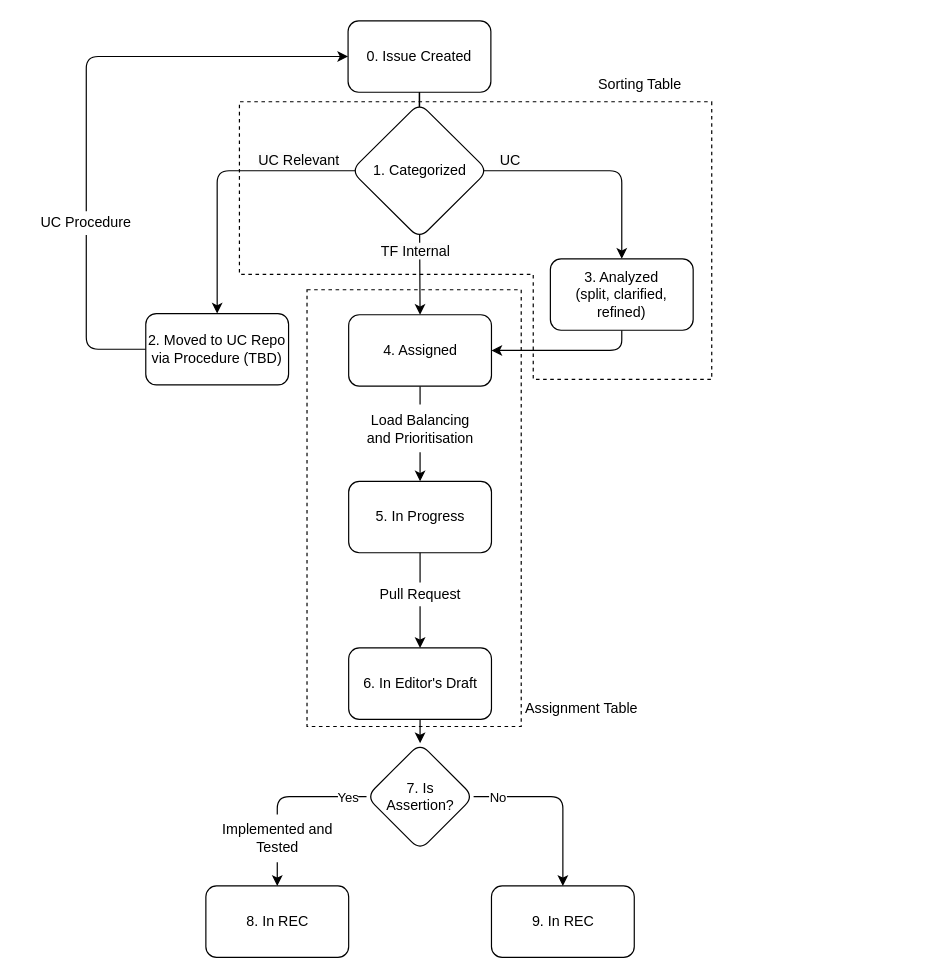
Before: page "Lifecycle" (2 of 2) of proposals/project-management/kanbanidea.drawio in w3c/wot-thing-description, a draw.io diagram. Source tidied: cells renumbered, new cells numbered last; positions are measured from the earlier drawing's top-left corner, leaving out a move shared by most shapes. Both pictures are drawn from the tidied source at 119%, with x=0, y=0 at pixel (20, 4).
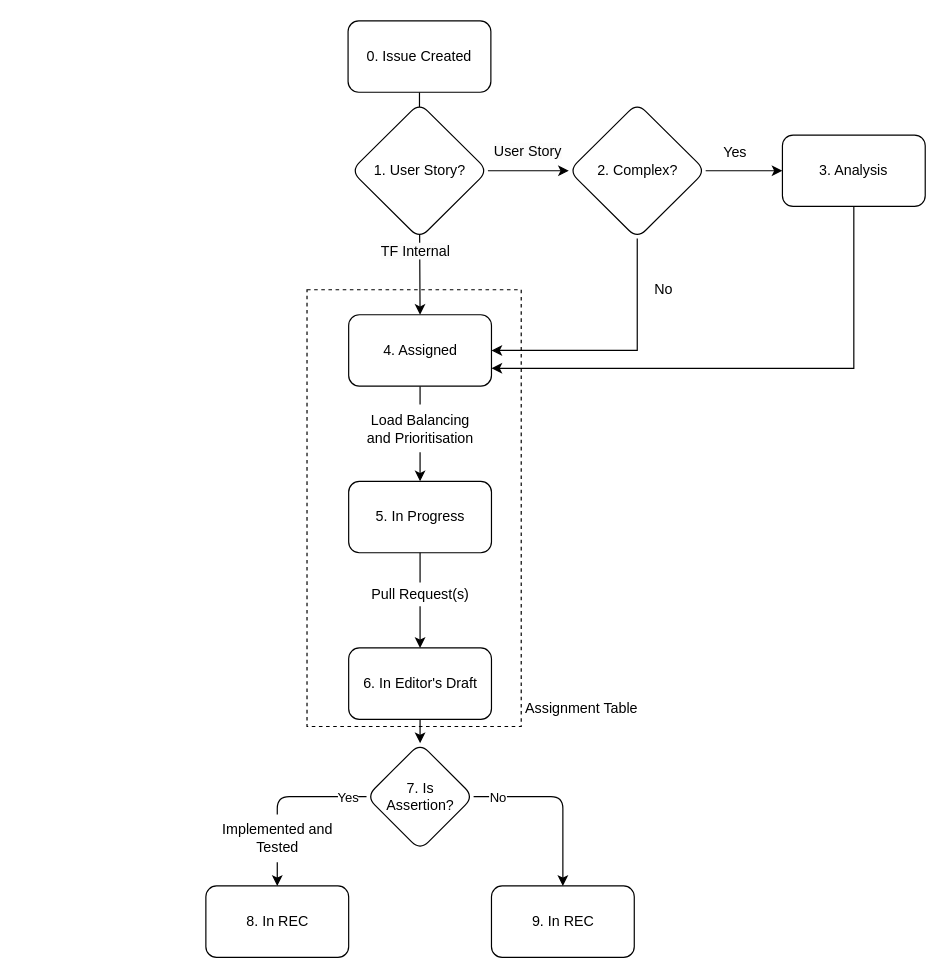
The same page after the edit.

The change refers to these unchanged cells:
```xml
<mxCell id="5" value="0. Issue Created" style="rounded=1;whiteSpace=wrap;html=1;" parent="1" vertex="1">
  <mxGeometry x="275" y="14" width="120" height="60" as="geometry" />
</mxCell>
<mxCell id="11" value="4. Assigned" style="rounded=1;whiteSpace=wrap;html=1;" parent="1" vertex="1">
  <mxGeometry x="275.5" y="261" width="120" height="60" as="geometry" />
</mxCell>
```

Change to the diagram source:
```diff
@@
-    <mxCell id="3" style="shape=corner;whiteSpace=wrap;html=1;rotation=90;dx=145;dy=150;fillColor=none;dashed=1;" parent="1" vertex="1">
-      <mxGeometry x="265.5" y="0.2" width="233.3" height="396.9" as="geometry" />
-    </mxCell>
@@
-    <mxCell id="6" style="edgeStyle=orthogonalEdgeStyle;rounded=1;jettySize=auto;html=1;exitX=0.5;exitY=1;exitDx=0;exitDy=0;entryX=0.5;entryY=0;entryDx=0;entryDy=0;" parent="1" edge="1" source="5" target="9">
-      <mxGeometry relative="1" as="geometry">
-        <Array as="points">
-          <mxPoint x="335" y="140" />
-          <mxPoint x="165" y="140" />
-        </Array>
-      </mxGeometry>
-    </mxCell>
-    <mxCell id="7" style="edgeStyle=orthogonalEdgeStyle;rounded=1;jettySize=auto;html=1;entryX=0.5;entryY=0;entryDx=0;entryDy=0;exitX=0.5;exitY=1;exitDx=0;exitDy=0;" parent="1" edge="1" source="5">
-      <mxGeometry relative="1" as="geometry">
-        <mxPoint x="505" y="214" as="targetPoint" />
-        <Array as="points">
-          <mxPoint x="335" y="140" />
-          <mxPoint x="505" y="140" />
-        </Array>
-      </mxGeometry>
-    </mxCell>
-    <mxCell id="8" style="edgeStyle=orthogonalEdgeStyle;rounded=1;jettySize=auto;html=1;entryX=0;entryY=0.5;entryDx=0;entryDy=0;exitX=0;exitY=0.5;exitDx=0;exitDy=0;" parent="1" edge="1" source="9" target="5">
-      <mxGeometry relative="1" as="geometry">
-        <Array as="points">
-          <mxPoint x="55" y="290" />
-          <mxPoint x="55" y="44" />
-        </Array>
-      </mxGeometry>
-    </mxCell>
-    <mxCell id="9" value="2. Moved to UC Repo via Procedure (TBD)" style="rounded=1;whiteSpace=wrap;html=1;" parent="1" vertex="1">
-      <mxGeometry x="105" y="260" width="120" height="60" as="geometry" />
-    </mxCell>
@@
-    <mxCell id="13" value="UC Procedure" style="text;html=1;align=center;verticalAlign=middle;whiteSpace=wrap;rounded=1;fillColor=default;" parent="1" vertex="1">
-      <mxGeometry y="174" width="110" height="20" as="geometry" />
-    </mxCell>
@@
-    <mxCell id="15" style="edgeStyle=orthogonalEdgeStyle;rounded=1;jettySize=auto;html=1;entryX=1;entryY=0.5;entryDx=0;entryDy=0;" parent="1" edge="1" source="16" target="11">
+    <mxCell id="15" style="edgeStyle=orthogonalEdgeStyle;rounded=0;jettySize=auto;html=1;entryX=1;entryY=0.75;entryDx=0;entryDy=0;" parent="1" edge="1" source="16" target="11">
       <mxGeometry relative="1" as="geometry">
         <Array as="points">
-          <mxPoint x="505" y="291" />
+          <mxPoint x="700" y="306" />
         </Array>
       </mxGeometry>
     </mxCell>
-    <mxCell id="16" value="3. Analyzed&lt;br&gt;(split, clarified, refined)" style="rounded=1;whiteSpace=wrap;html=1;" parent="1" vertex="1">
-      <mxGeometry x="445" y="214" width="120" height="60" as="geometry" />
+    <mxCell id="16" value="3. Analysis" style="rounded=1;whiteSpace=wrap;html=1;" parent="1" vertex="1">
+      <mxGeometry x="640" y="110" width="120" height="60" as="geometry" />
     </mxCell>
@@
-    <mxCell id="21" value="Pull Request" style="text;html=1;align=center;verticalAlign=middle;whiteSpace=wrap;rounded=1;fillColor=default;" parent="1" vertex="1">
+    <mxCell id="21" value="Pull Request(s)" style="text;html=1;align=center;verticalAlign=middle;whiteSpace=wrap;rounded=1;fillColor=default;" parent="1" vertex="1">
       <mxGeometry x="280.5" y="486" width="110" height="20" as="geometry" />
     </mxCell>
@@
+    <mxCell id="35" style="edgeStyle=orthogonalEdgeStyle;rounded=0;jettySize=auto;html=1;exitX=1;exitY=0.5;exitDx=0;exitDy=0;entryX=0;entryY=0.5;entryDx=0;entryDy=0;" parent="1" edge="1" source="28" target="38">
+      <mxGeometry relative="1" as="geometry" />
+    </mxCell>
-    <mxCell id="28" value="1. Categorized" style="rhombus;whiteSpace=wrap;html=1;fillColor=default;rounded=1;" parent="1" vertex="1">
+    <mxCell id="28" value="1. User Story?" style="rhombus;whiteSpace=wrap;html=1;fillColor=default;rounded=1;" parent="1" vertex="1">
       <mxGeometry x="277.5" y="83" width="115" height="114" as="geometry" />
     </mxCell>
-    <mxCell id="29" value="Sorting Table" style="text;html=1;align=center;verticalAlign=middle;strokeColor=none;fillColor=none;" parent="1" vertex="1">
-      <mxGeometry x="475" y="53" width="90" height="30" as="geometry" />
-    </mxCell>
@@
-    <mxCell id="31" value="&lt;span style=&quot;color: rgb(0, 0, 0); font-family: Helvetica; font-size: 12px; font-style: normal; font-variant-ligatures: normal; font-variant-caps: normal; font-weight: 400; letter-spacing: normal; orphans: 2; text-align: center; text-indent: 0px; text-transform: none; widows: 2; word-spacing: 0px; -webkit-text-stroke-width: 0px; background-color: rgb(251, 251, 251); text-decoration-thickness: initial; text-decoration-style: initial; text-decoration-color: initial; float: none; display: inline !important;&quot;&gt;UC Relevant&lt;/span&gt;" style="text;whiteSpace=wrap;html=1;" parent="1" vertex="1">
-      <mxGeometry x="197.5" y="117.9" width="80" height="20" as="geometry" />
-    </mxCell>
-    <mxCell id="32" value="&lt;span style=&quot;color: rgb(0, 0, 0); font-family: Helvetica; font-size: 12px; font-style: normal; font-variant-ligatures: normal; font-variant-caps: normal; font-weight: 400; letter-spacing: normal; orphans: 2; text-align: center; text-indent: 0px; text-transform: none; widows: 2; word-spacing: 0px; -webkit-text-stroke-width: 0px; background-color: rgb(251, 251, 251); text-decoration-thickness: initial; text-decoration-style: initial; text-decoration-color: initial; float: none; display: inline !important;&quot;&gt;UC&lt;/span&gt;" style="text;whiteSpace=wrap;html=1;" parent="1" vertex="1">
-      <mxGeometry x="400.5" y="117.9" width="60" height="40" as="geometry" />
+    <mxCell id="32" value="&lt;span style=&quot;color: rgb(0, 0, 0); font-family: Helvetica; font-size: 12px; font-style: normal; font-variant-ligatures: normal; font-variant-caps: normal; font-weight: 400; letter-spacing: normal; orphans: 2; text-align: center; text-indent: 0px; text-transform: none; widows: 2; word-spacing: 0px; -webkit-text-stroke-width: 0px; background-color: rgb(251, 251, 251); text-decoration-thickness: initial; text-decoration-style: initial; text-decoration-color: initial; float: none; display: inline !important;&quot;&gt;User Story&lt;/span&gt;" style="text;whiteSpace=wrap;html=1;" parent="1" vertex="1">
+      <mxGeometry x="395.5" y="110" width="60" height="40" as="geometry" />
     </mxCell>
@@
+    <mxCell id="36" style="edgeStyle=orthogonalEdgeStyle;rounded=0;jettySize=auto;html=1;entryX=0;entryY=0.5;entryDx=0;entryDy=0;" parent="1" edge="1" source="38" target="16">
+      <mxGeometry relative="1" as="geometry" />
+    </mxCell>
+    <mxCell id="37" style="edgeStyle=orthogonalEdgeStyle;rounded=0;jettySize=auto;html=1;entryX=1;entryY=0.5;entryDx=0;entryDy=0;" parent="1" edge="1" source="38" target="11">
+      <mxGeometry relative="1" as="geometry">
+        <Array as="points">
+          <mxPoint x="518" y="291" />
+        </Array>
+      </mxGeometry>
+    </mxCell>
+    <mxCell id="38" value="2. Complex?" style="rhombus;whiteSpace=wrap;html=1;fillColor=default;rounded=1;" parent="1" vertex="1">
+      <mxGeometry x="460.5" y="83" width="115" height="114" as="geometry" />
+    </mxCell>
+    <mxCell id="39" value="No" style="text;html=1;align=center;verticalAlign=middle;strokeColor=none;fillColor=none;" parent="1" vertex="1">
+      <mxGeometry x="520" y="225" width="40" height="30" as="geometry" />
+    </mxCell>
+    <mxCell id="40" value="Yes" style="text;html=1;align=center;verticalAlign=middle;strokeColor=none;fillColor=none;" parent="1" vertex="1">
+      <mxGeometry x="580" y="110" width="40" height="30" as="geometry" />
+    </mxCell>
```
